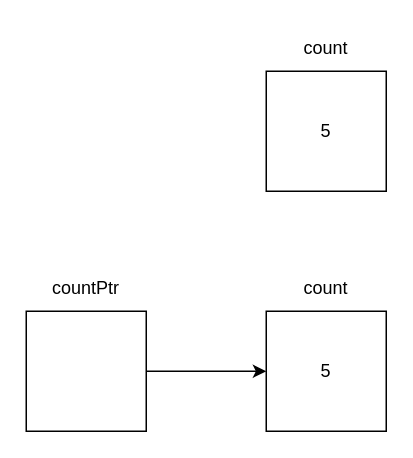
Earlier version of the draw.io diagram drawio流程图/9.1普通变量与指针变量.drawio (novpath/C-Programming-Language). Source tidied: cells renumbered, new cells numbered last; positions are measured from the earlier drawing's top-left corner, leaving out a move shared by most shapes. Both pictures are drawn from the tidied source at 150%, with x=0, y=0 at pixel (26, 26).
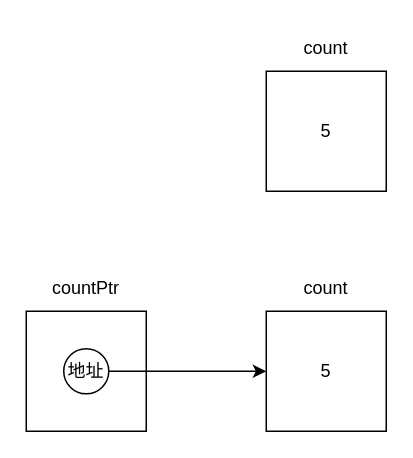
After the change.

Diff of the diagram source:
```diff
@@
 <mxGraphModel>
   <root>
     <mxCell id="0" />
     <mxCell id="1" parent="0" />
     <mxCell id="2" value="5" style="rounded=0;whiteSpace=wrap;html=1;fillColor=none;" parent="1" vertex="1">
       <mxGeometry x="160" y="30" width="80" height="80" as="geometry" />
     </mxCell>
     <mxCell id="3" value="count" style="text;html=1;strokeColor=none;fillColor=none;align=center;verticalAlign=middle;whiteSpace=wrap;rounded=0;" parent="1" vertex="1">
       <mxGeometry x="170" width="60" height="30" as="geometry" />
     </mxCell>
-    <mxCell id="4" style="edgeStyle=orthogonalEdgeStyle;rounded=0;jettySize=auto;html=1;exitX=1;exitY=0.5;exitDx=0;exitDy=0;entryX=0;entryY=0.5;entryDx=0;entryDy=0;" parent="1" edge="1" source="5" target="6">
+    <mxCell id="4" style="edgeStyle=orthogonalEdgeStyle;rounded=0;jettySize=auto;html=1;exitX=1;exitY=0.5;exitDx=0;exitDy=0;entryX=0;entryY=0.5;entryDx=0;entryDy=0;" parent="1" edge="1" source="9" target="6">
       <mxGeometry relative="1" as="geometry" />
     </mxCell>
     <mxCell id="5" style="rounded=0;whiteSpace=wrap;html=1;fillColor=none;" parent="1" vertex="1">
       <mxGeometry y="190" width="80" height="80" as="geometry" />
     </mxCell>
     <mxCell id="6" value="5" style="rounded=0;whiteSpace=wrap;html=1;fillColor=none;" parent="1" vertex="1">
       <mxGeometry x="160" y="190" width="80" height="80" as="geometry" />
     </mxCell>
     <mxCell id="7" value="count" style="text;html=1;strokeColor=none;fillColor=none;align=center;verticalAlign=middle;whiteSpace=wrap;rounded=0;" parent="1" vertex="1">
       <mxGeometry x="170" y="160" width="60" height="30" as="geometry" />
     </mxCell>
     <mxCell id="8" value="countPtr" style="text;html=1;strokeColor=none;fillColor=none;align=center;verticalAlign=middle;whiteSpace=wrap;rounded=0;" parent="1" vertex="1">
       <mxGeometry x="10" y="160" width="60" height="30" as="geometry" />
     </mxCell>
+    <mxCell id="9" value="地址" style="ellipse;whiteSpace=wrap;html=1;fillColor=none;" parent="1" vertex="1">
+      <mxGeometry x="25" y="215" width="30" height="30" as="geometry" />
+    </mxCell>
   </root>
 </mxGraphModel>
```
